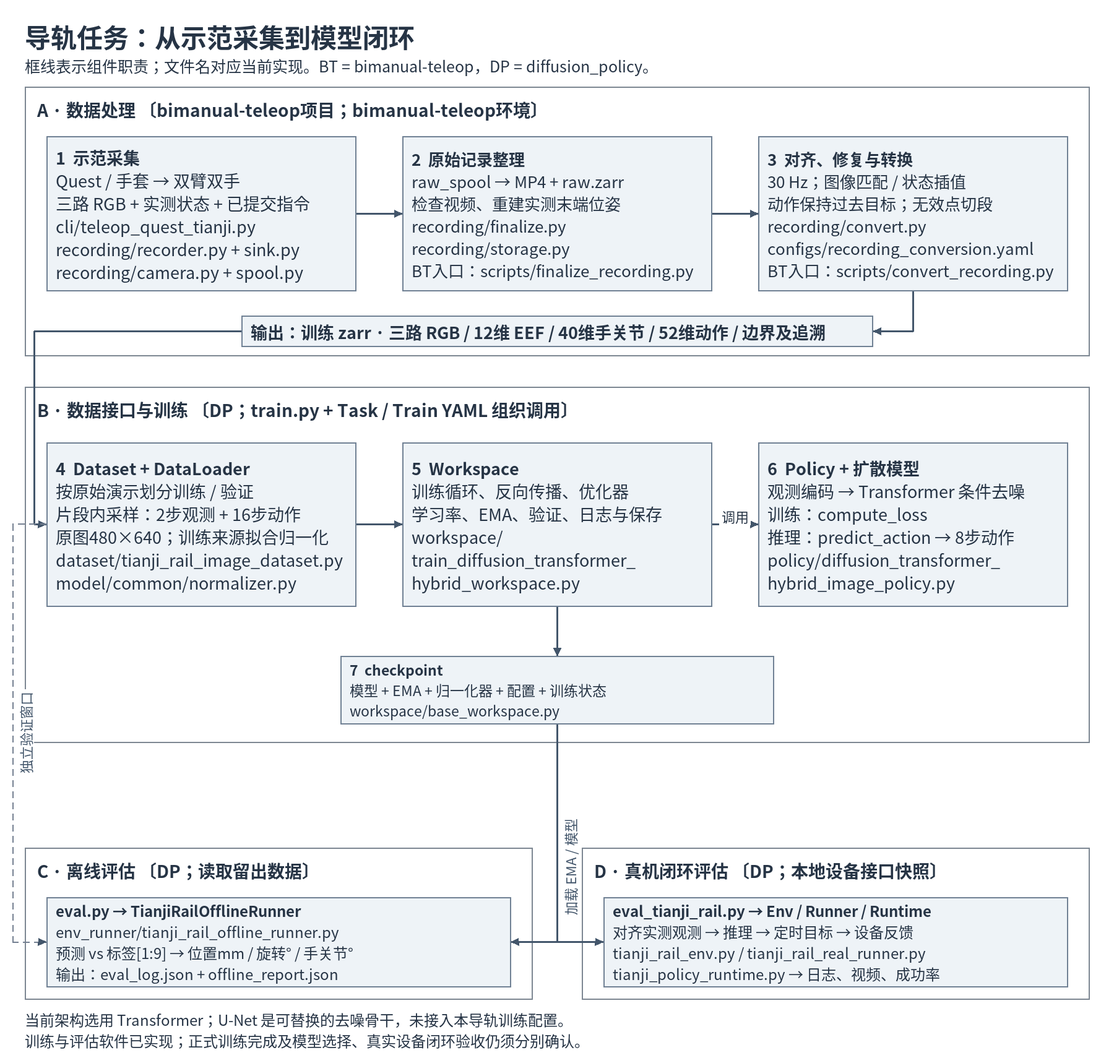
Earlier version of the Mermaid export docs/tianji-rail/task_flow_explanation/01-overview.png (Wang-Yongsen/diffusion_policy). Its source is kept beside it as docs/tianji-rail/task_flow_explanation/01-overview.mmd. The source it was exported from:
```mermaid
flowchart TD
  subgraph data["A · 数据处理 〔bimanual-teleop项目；bimanual-teleop环境〕"]
    capture["1  示范采集<br/>Quest / 手套 → 双臂双手<br/>三路 RGB + 实测状态 + 已提交指令<br/>cli/teleop_quest_tianji.py<br/>recording/recorder.py + sink.py<br/>recording/camera.py + spool.py"]
    finalize["2  原始记录整理<br/>raw_spool → MP4 + raw.zarr<br/>检查视频、重建实测末端位姿<br/>recording/finalize.py<br/>recording/storage.py<br/>BT入口：scripts/finalize_recording.py"]
    convert["3  对齐、修复与转换<br/>30 Hz；图像匹配 / 状态插值<br/>动作保持过去目标；无效点切段<br/>recording/convert.py<br/>configs/recording_conversion.yaml<br/>BT入口：scripts/convert_recording.py"]
    zarr["输出：训练 zarr · 三路 RGB / 12维 EEF / 40维手关节 / 52维动作 / 边界及追溯"]
  end
  subgraph train["B · 数据接口与训练 〔DP；train.py + Task / Train YAML 组织调用〕"]
    dataset["4  Dataset + DataLoader<br/>按原始演示划分训练 / 验证<br/>片段内采样：2步观测 + 16步动作<br/>原图480×640；训练来源拟合归一化<br/>dataset/tianji_rail_image_dataset.py<br/>model/common/normalizer.py"]
    workspace["5  Workspace<br/>训练循环、反向传播、优化器<br/>学习率、EMA、验证、日志与保存<br/>workspace/<br/>train_diffusion_transformer_<br/>hybrid_workspace.py"]
    policy["6  Policy + 扩散模型<br/>观测编码 → Transformer 条件去噪<br/>训练：compute_loss<br/>推理：predict_action → 8步动作<br/>policy/diffusion_transformer_<br/>hybrid_image_policy.py"]
    ckpt["7  checkpoint<br/>模型 + EMA + 归一化器 + 配置 + 训练状态<br/>workspace/base_workspace.py"]
  end
  subgraph offline["C · 离线评估 〔DP；读取留出数据〕"]
    off["eval.py → TianjiRailOfflineRunner<br/>env_runner/tianji_rail_offline_runner.py<br/>预测 vs 标签[1:9] → 位置mm / 旋转° / 手关节°<br/>输出：eval_log.json + offline_report.json"]
  end
  subgraph real["D · 真机闭环评估 〔DP；本地设备接口快照〕"]
    live["eval_tianji_rail.py → Env / Runner / Runtime<br/>对齐实测观测 → 推理 → 定时目标 → 设备反馈<br/>tianji_rail_env.py / tianji_rail_real_runner.py<br/>tianji_policy_runtime.py → 日志、视频、成功率"]
  end
  capture --> finalize
  finalize --> convert
  convert --> zarr
  zarr --> dataset
  dataset --> workspace
  workspace -->|"调用"| policy
  workspace --> ckpt
  ckpt -->|"加载 EMA / 模型"| off
  ckpt --> live
  dataset -.->|"独立验证窗口"| off
```
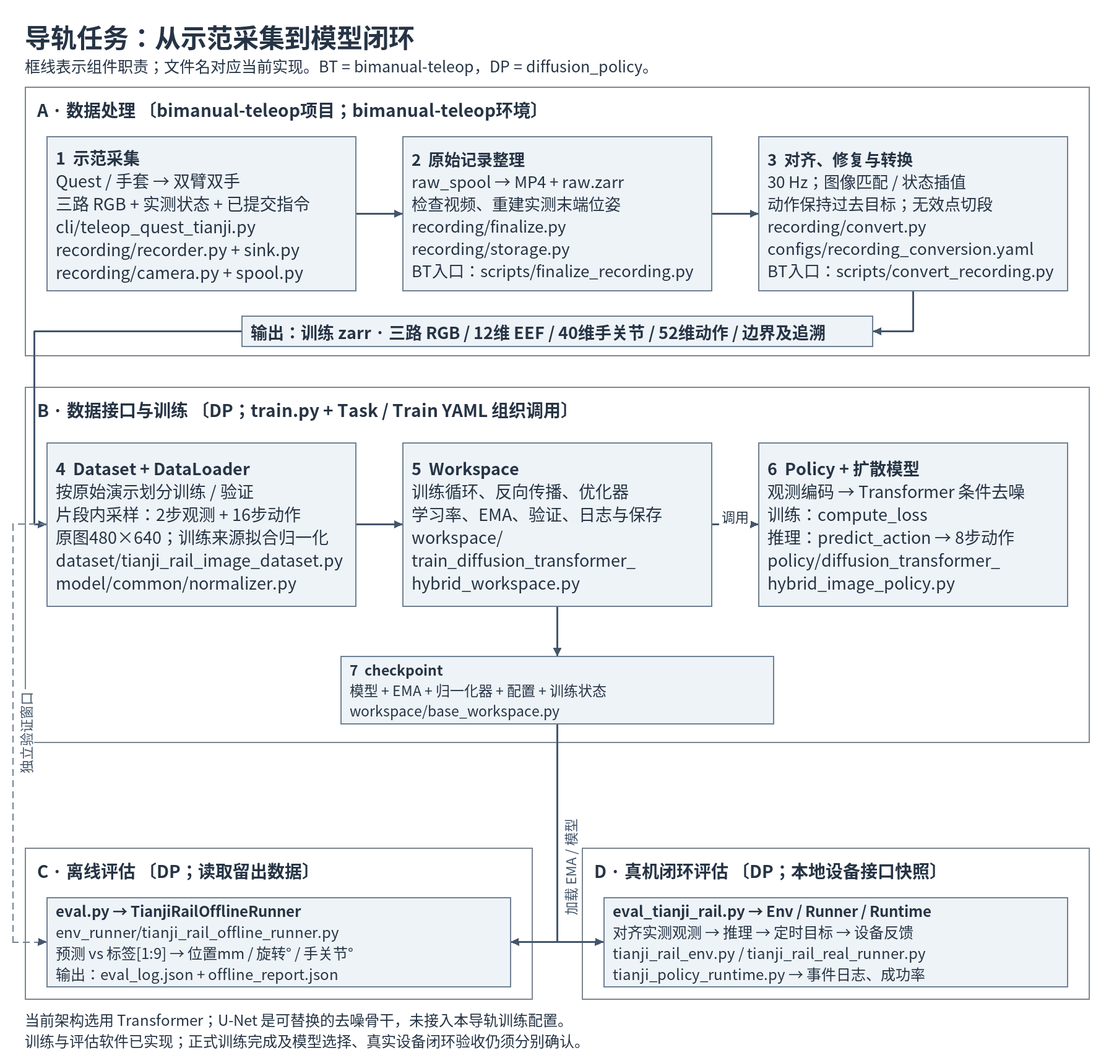
After the commit.

Diff of the diagram source:
```diff
@@ -15,7 +15,7 @@
     off["eval.py → TianjiRailOfflineRunner<br/>env_runner/tianji_rail_offline_runner.py<br/>预测 vs 标签[1:9] → 位置mm / 旋转° / 手关节°<br/>输出：eval_log.json + offline_report.json"]
   end
   subgraph real["D · 真机闭环评估 〔DP；本地设备接口快照〕"]
-    live["eval_tianji_rail.py → Env / Runner / Runtime<br/>对齐实测观测 → 推理 → 定时目标 → 设备反馈<br/>tianji_rail_env.py / tianji_rail_real_runner.py<br/>tianji_policy_runtime.py → 日志、视频、成功率"]
+    live["eval_tianji_rail.py → Env / Runner / Runtime<br/>对齐实测观测 → 推理 → 定时目标 → 设备反馈<br/>tianji_rail_env.py / tianji_rail_real_runner.py<br/>tianji_policy_runtime.py → 事件日志、成功率"]
   end
   capture --> finalize
   finalize --> convert
```
